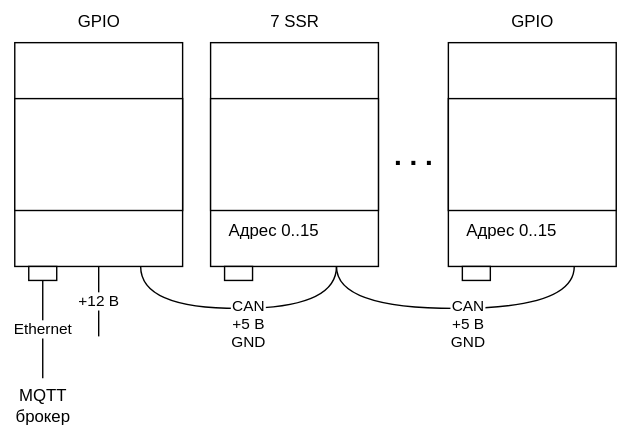
Above: docs/light/gpio/can_modules.svg in atitoff/CSH4 (draw.io), before the change. Source tidied: cells renumbered, new cells last; positions are measured from the earlier drawing's top-left corner, leaving out a move shared by most shapes. Its diagram source:
```xml
<mxGraphModel>
  <root>
    <mxCell id="0" />
    <mxCell id="1" parent="0" />
    <mxCell id="2" style="rounded=0;whiteSpace=wrap;html=1;" parent="1" vertex="1">
      <mxGeometry x="10" y="30" width="120" height="160" as="geometry" />
    </mxCell>
    <mxCell id="3" style="rounded=0;whiteSpace=wrap;html=1;" parent="1" vertex="1">
      <mxGeometry x="10" y="70" width="120" height="80" as="geometry" />
    </mxCell>
    <mxCell id="4" style="rounded=0;whiteSpace=wrap;html=1;" parent="1" vertex="1">
      <mxGeometry x="150" y="30" width="120" height="160" as="geometry" />
    </mxCell>
    <mxCell id="5" style="rounded=0;whiteSpace=wrap;html=1;" parent="1" vertex="1">
      <mxGeometry x="150" y="70" width="120" height="80" as="geometry" />
    </mxCell>
    <mxCell id="6" value="7 SSR" style="text;html=1;align=center;verticalAlign=middle;strokeColor=none;fillColor=none;" parent="1" vertex="1">
      <mxGeometry x="180" width="60" height="30" as="geometry" />
    </mxCell>
    <mxCell id="7" style="rounded=0;whiteSpace=wrap;html=1;" parent="1" vertex="1">
      <mxGeometry x="20" y="190" width="20" height="10" as="geometry" />
    </mxCell>
    <mxCell id="8" value="Ethernet" style="endArrow=none;html=1;rounded=0;entryX=0.5;entryY=1;entryDx=0;entryDy=0;" parent="1" edge="1" target="7">
      <mxGeometry relative="1" as="geometry">
        <mxPoint x="30" y="270" as="sourcePoint" />
      </mxGeometry>
    </mxCell>
    <mxCell id="9" value="MQTT&lt;br&gt;брокер" style="text;html=1;align=center;verticalAlign=middle;strokeColor=none;fillColor=none;" parent="1" vertex="1">
      <mxGeometry y="270" width="60" height="40" as="geometry" />
    </mxCell>
    <mxCell id="10" value="+12 В" style="endArrow=none;html=1;rounded=0;entryX=0.5;entryY=1;entryDx=0;entryDy=0;" parent="1" edge="1" target="2">
      <mxGeometry relative="1" as="geometry">
        <mxPoint x="70" y="240" as="sourcePoint" />
      </mxGeometry>
    </mxCell>
    <mxCell id="11" value="GPIO" style="text;html=1;align=center;verticalAlign=middle;strokeColor=none;fillColor=none;" parent="1" vertex="1">
      <mxGeometry x="45" width="50" height="30" as="geometry" />
    </mxCell>
    <mxCell id="12" style="endArrow=none;html=1;rounded=0;exitX=0.75;exitY=1;exitDx=0;exitDy=0;edgeStyle=orthogonalEdgeStyle;curved=1;entryX=0.75;entryY=1;entryDx=0;entryDy=0;" parent="1" edge="1" source="2" target="4">
      <mxGeometry relative="1" as="geometry">
        <Array as="points">
          <mxPoint x="100" y="220" />
          <mxPoint x="240" y="220" />
        </Array>
      </mxGeometry>
    </mxCell>
    <mxCell id="13" value="CAN&lt;br&gt;+5 В&lt;br&gt;GND" style="edgeLabel;html=1;align=center;verticalAlign=middle;" parent="12" vertex="1">
      <mxGeometry x="0.19" relative="1" as="geometry">
        <mxPoint x="-13" y="10" as="offset" />
      </mxGeometry>
    </mxCell>
    <mxCell id="14" value="Адрес 0..15" style="text;html=1;align=center;verticalAlign=middle;strokeColor=none;fillColor=none;" parent="1" vertex="1">
      <mxGeometry x="150" y="150" width="90" height="30" as="geometry" />
    </mxCell>
    <mxCell id="15" value=". . ." style="text;html=1;align=center;verticalAlign=middle;strokeColor=none;fillColor=none;fontSize=20;fontStyle=1;" parent="1" vertex="1">
      <mxGeometry x="270" y="90" width="50" height="40" as="geometry" />
    </mxCell>
    <mxCell id="16" style="rounded=0;whiteSpace=wrap;html=1;fontSize=20;" parent="1" vertex="1">
      <mxGeometry x="160" y="190" width="20" height="10" as="geometry" />
    </mxCell>
    <mxCell id="17" style="rounded=0;whiteSpace=wrap;html=1;" parent="1" vertex="1">
      <mxGeometry x="320" y="30" width="120" height="160" as="geometry" />
    </mxCell>
    <mxCell id="18" style="rounded=0;whiteSpace=wrap;html=1;" parent="1" vertex="1">
      <mxGeometry x="320" y="70" width="120" height="80" as="geometry" />
    </mxCell>
    <mxCell id="19" style="rounded=0;whiteSpace=wrap;html=1;" parent="1" vertex="1">
      <mxGeometry x="330" y="190" width="20" height="10" as="geometry" />
    </mxCell>
    <mxCell id="20" value="GPIO" style="text;html=1;align=center;verticalAlign=middle;strokeColor=none;fillColor=none;" parent="1" vertex="1">
      <mxGeometry x="355" width="50" height="30" as="geometry" />
    </mxCell>
    <mxCell id="21" value="Адрес 0..15" style="text;html=1;align=center;verticalAlign=middle;strokeColor=none;fillColor=none;" parent="1" vertex="1">
      <mxGeometry x="320" y="150" width="90" height="30" as="geometry" />
    </mxCell>
    <mxCell id="22" style="endArrow=none;html=1;rounded=0;exitX=0.75;exitY=1;exitDx=0;exitDy=0;edgeStyle=orthogonalEdgeStyle;curved=1;entryX=0.75;entryY=1;entryDx=0;entryDy=0;" parent="1" edge="1" target="17">
      <mxGeometry relative="1" as="geometry">
        <mxPoint x="240" y="190" as="sourcePoint" />
        <Array as="points">
          <mxPoint x="240" y="220" />
          <mxPoint x="410" y="220" />
        </Array>
      </mxGeometry>
    </mxCell>
    <mxCell id="23" value="CAN&lt;br&gt;+5 В&lt;br&gt;GND" style="edgeLabel;html=1;align=center;verticalAlign=middle;" parent="22" vertex="1">
      <mxGeometry x="0.19" relative="1" as="geometry">
        <mxPoint x="-13" y="10" as="offset" />
      </mxGeometry>
    </mxCell>
  </root>
</mxGraphModel>
```
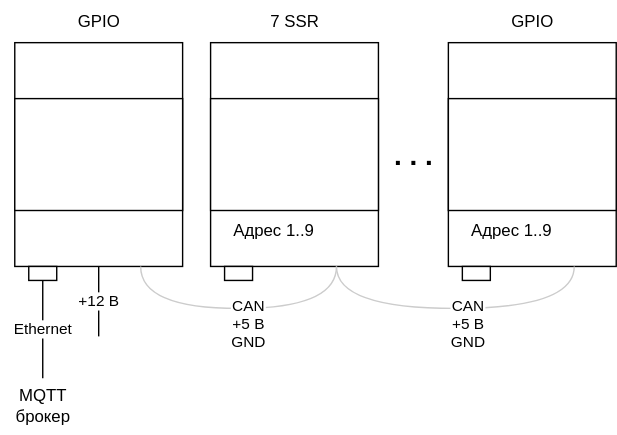
The same file after the commit.

Diff of the diagram source:
```diff
@@ -36,7 +36,7 @@
     <mxCell id="11" value="GPIO" style="text;html=1;align=center;verticalAlign=middle;strokeColor=none;fillColor=none;" parent="1" vertex="1">
       <mxGeometry x="45" width="50" height="30" as="geometry" />
     </mxCell>
-    <mxCell id="12" style="endArrow=none;html=1;rounded=0;exitX=0.75;exitY=1;exitDx=0;exitDy=0;edgeStyle=orthogonalEdgeStyle;curved=1;entryX=0.75;entryY=1;entryDx=0;entryDy=0;" parent="1" edge="1" source="2" target="4">
+    <mxCell id="12" style="endArrow=none;html=1;rounded=0;exitX=0.75;exitY=1;exitDx=0;exitDy=0;edgeStyle=orthogonalEdgeStyle;curved=1;entryX=0.75;entryY=1;entryDx=0;entryDy=0;strokeColor=#CCCCCC;" parent="1" edge="1" source="2" target="4">
       <mxGeometry relative="1" as="geometry">
         <Array as="points">
           <mxPoint x="100" y="220" />
@@ -49,8 +49,8 @@
         <mxPoint x="-13" y="10" as="offset" />
       </mxGeometry>
     </mxCell>
-    <mxCell id="14" value="Адрес 0..15" style="text;html=1;align=center;verticalAlign=middle;strokeColor=none;fillColor=none;" parent="1" vertex="1">
-      <mxGeometry x="150" y="150" width="90" height="30" as="geometry" />
+    <mxCell id="14" value="Адрес 1..9" style="text;html=1;align=center;verticalAlign=middle;strokeColor=none;fillColor=none;" parent="1" vertex="1">
+      <mxGeometry x="155" y="150" width="80" height="30" as="geometry" />
     </mxCell>
     <mxCell id="15" value=". . ." style="text;html=1;align=center;verticalAlign=middle;strokeColor=none;fillColor=none;fontSize=20;fontStyle=1;" parent="1" vertex="1">
       <mxGeometry x="270" y="90" width="50" height="40" as="geometry" />
@@ -70,10 +70,10 @@
     <mxCell id="20" value="GPIO" style="text;html=1;align=center;verticalAlign=middle;strokeColor=none;fillColor=none;" parent="1" vertex="1">
       <mxGeometry x="355" width="50" height="30" as="geometry" />
     </mxCell>
-    <mxCell id="21" value="Адрес 0..15" style="text;html=1;align=center;verticalAlign=middle;strokeColor=none;fillColor=none;" parent="1" vertex="1">
-      <mxGeometry x="320" y="150" width="90" height="30" as="geometry" />
+    <mxCell id="21" value="Адрес 1..9" style="text;html=1;align=center;verticalAlign=middle;strokeColor=none;fillColor=none;" parent="1" vertex="1">
+      <mxGeometry x="325" y="150" width="80" height="30" as="geometry" />
     </mxCell>
-    <mxCell id="22" style="endArrow=none;html=1;rounded=0;exitX=0.75;exitY=1;exitDx=0;exitDy=0;edgeStyle=orthogonalEdgeStyle;curved=1;entryX=0.75;entryY=1;entryDx=0;entryDy=0;" parent="1" edge="1" target="17">
+    <mxCell id="22" style="endArrow=none;html=1;rounded=0;exitX=0.75;exitY=1;exitDx=0;exitDy=0;edgeStyle=orthogonalEdgeStyle;curved=1;entryX=0.75;entryY=1;entryDx=0;entryDy=0;strokeColor=#CCCCCC;" parent="1" edge="1" target="17">
       <mxGeometry relative="1" as="geometry">
         <mxPoint x="240" y="190" as="sourcePoint" />
         <Array as="points">
```
